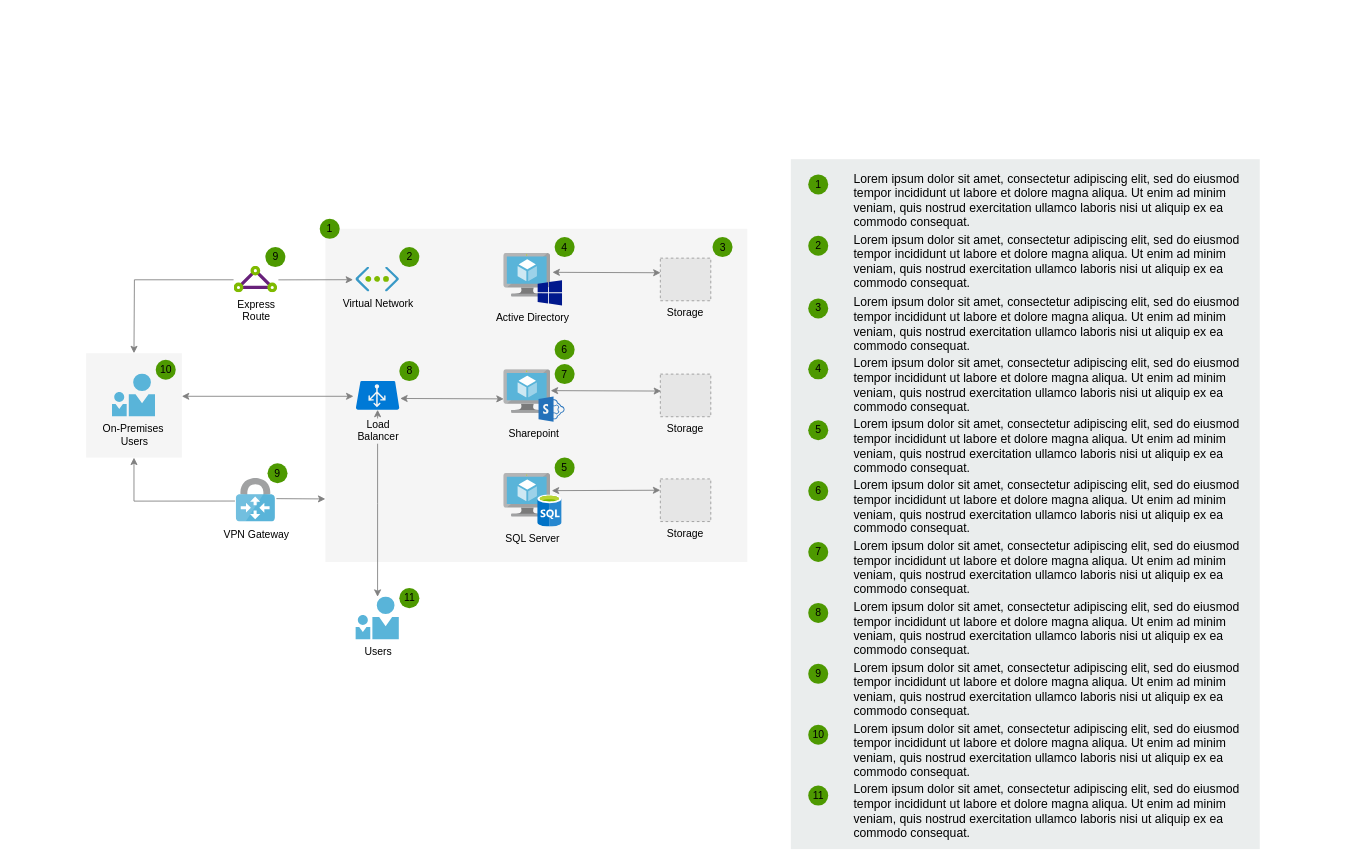
The draw.io diagram Diagrama sem nome.drawio in Droszczak/Droszczak, before the edit. Source tidied: cells renumbered, new cells numbered last; positions are measured from the earlier drawing's top-left corner, leaving out a move shared by most shapes. Both pictures are drawn from the tidied source at 87%, with x=0, y=0 at pixel (86, 158). Pictures stored in the file or linked from it are replaced by grey dashed boxes.
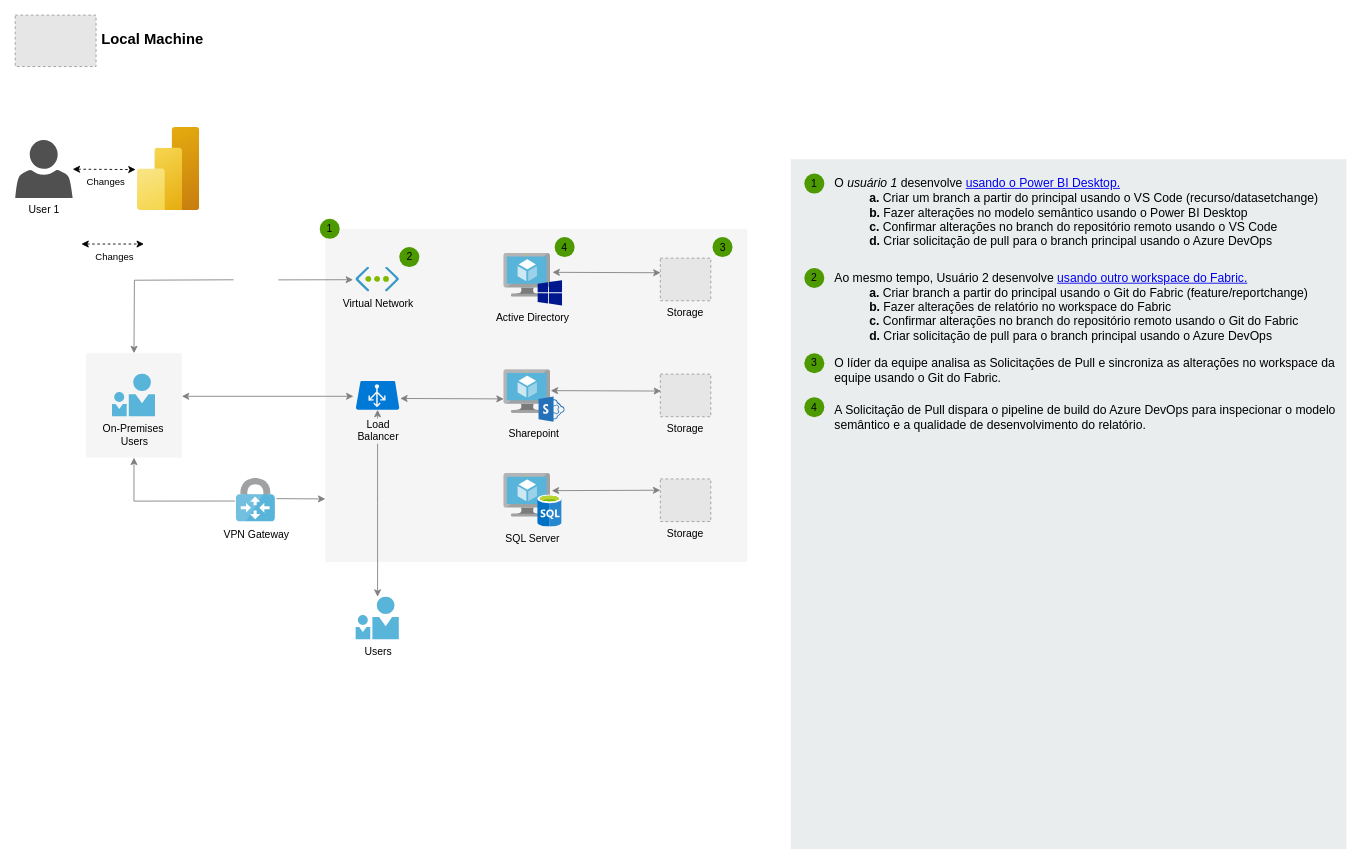
After the change.

Commit message:
Actualizar Diagrama ALLOS Power BI - CI/CD

The change refers to these unchanged cells:
```xml
<mxCell id="16" value="Virtual Network" style="html=1;perimeter=none;align=center;shadow=0;dashed=0;image;fontSize=12;image=img/lib/mscae/Virtual_Network.svg;labelBackgroundColor=none;" parent="1" vertex="1">
  <mxGeometry x="309.5" y="124.5" width="50" height="28.5" as="geometry" />
</mxCell>
```

Diff of the diagram source:
```diff
@@
-    <mxCell id="4" style="edgeStyle=orthogonalEdgeStyle;rounded=0;jettySize=auto;html=1;exitX=-0.011;exitY=0.511;exitDx=0;exitDy=0;exitPerimeter=0;strokeColor=#808080;" parent="1" edge="1" source="15">
+    <mxCell id="4" style="edgeStyle=orthogonalEdgeStyle;rounded=0;orthogonalLoop=1;jettySize=auto;html=1;exitX=-0.011;exitY=0.511;exitDx=0;exitDy=0;exitPerimeter=0;strokeColor=#808080;" parent="1" edge="1">
       <mxGeometry relative="1" as="geometry">
+        <mxPoint x="169" y="139.1" as="sourcePoint" />
         <mxPoint x="54.5" y="223.5" as="targetPoint" />
       </mxGeometry>
     </mxCell>
-    <mxCell id="5" style="edgeStyle=elbowEdgeStyle;rounded=0;jettySize=auto;html=1;entryX=-0.063;entryY=0.491;entryDx=0;entryDy=0;entryPerimeter=0;strokeColor=#808080;elbow=vertical;exitX=1.02;exitY=0.514;exitDx=0;exitDy=0;exitPerimeter=0;" parent="1" edge="1" source="15" target="16">
-      <mxGeometry relative="1" as="geometry" />
+    <mxCell id="5" style="edgeStyle=elbowEdgeStyle;rounded=0;jettySize=auto;html=1;entryX=-0.063;entryY=0.491;entryDx=0;entryDy=0;entryPerimeter=0;strokeColor=#808080;elbow=vertical;exitX=1.02;exitY=0.514;exitDx=0;exitDy=0;exitPerimeter=0;" parent="1" edge="1" target="16">
+      <mxGeometry relative="1" as="geometry">
+        <mxPoint x="220.5" y="139.2" as="sourcePoint" />
+      </mxGeometry>
     </mxCell>
@@
-    <mxCell id="15" value="Express&lt;br&gt;Route" style="html=1;perimeter=none;align=center;shadow=0;dashed=0;image;fontSize=12;image=img/lib/mscae/Express_Route.svg;" parent="1" vertex="1">
-      <mxGeometry x="169.5" y="123.5" width="50" height="30.5" as="geometry" />
-    </mxCell>
@@
-    <mxCell id="32" value="10" style="ellipse;whiteSpace=wrap;html=1;fillColor=#4D9900;strokeColor=none;labelBackgroundColor=none;" parent="1" vertex="1">
-      <mxGeometry x="79.5" y="231" width="23" height="23" as="geometry" />
-    </mxCell>
-    <mxCell id="33" value="9" style="ellipse;whiteSpace=wrap;html=1;fillColor=#4D9900;strokeColor=none;labelBackgroundColor=none;" parent="1" vertex="1">
-      <mxGeometry x="208" y="350" width="23" height="23" as="geometry" />
-    </mxCell>
-    <mxCell id="34" value="9" style="ellipse;whiteSpace=wrap;html=1;fillColor=#4D9900;strokeColor=none;labelBackgroundColor=none;" parent="1" vertex="1">
-      <mxGeometry x="205.5" y="101.5" width="23" height="23" as="geometry" />
-    </mxCell>
@@
-    <mxCell id="39" value="8" style="ellipse;whiteSpace=wrap;html=1;fillColor=#4D9900;strokeColor=none;labelBackgroundColor=none;" parent="1" vertex="1">
-      <mxGeometry x="359.5" y="232.5" width="23" height="23" as="geometry" />
-    </mxCell>
-    <mxCell id="40" value="7" style="ellipse;whiteSpace=wrap;html=1;fillColor=#4D9900;strokeColor=none;labelBackgroundColor=none;" parent="1" vertex="1">
-      <mxGeometry x="538" y="236" width="23" height="23" as="geometry" />
-    </mxCell>
-    <mxCell id="41" value="6" style="ellipse;whiteSpace=wrap;html=1;fillColor=#4D9900;strokeColor=none;labelBackgroundColor=none;" parent="1" vertex="1">
-      <mxGeometry x="538" y="208" width="23" height="23" as="geometry" />
-    </mxCell>
-    <mxCell id="42" value="5" style="ellipse;whiteSpace=wrap;html=1;fillColor=#4D9900;strokeColor=none;labelBackgroundColor=none;" parent="1" vertex="1">
-      <mxGeometry x="538" y="343.5" width="23" height="23" as="geometry" />
-    </mxCell>
-    <mxCell id="43" value="11" style="ellipse;whiteSpace=wrap;html=1;fillColor=#4D9900;strokeColor=none;labelBackgroundColor=none;" parent="1" vertex="1">
-      <mxGeometry x="359.5" y="493.5" width="23" height="23" as="geometry" />
-    </mxCell>
     <mxCell id="44" style="rounded=0;whiteSpace=wrap;html=1;fillColor=#EAEDED;fontSize=22;fontColor=#FFFFFF;strokeColor=none;labelBackgroundColor=none;" parent="1" vertex="1">
-      <mxGeometry x="809.5" y="0.5" width="539" height="793" as="geometry" />
+      <mxGeometry x="809.5" y="0.5" width="638.5" height="793" as="geometry" />
     </mxCell>
-    <mxCell id="45" value="&lt;span&gt;Lorem ipsum dolor sit amet, consectetur adipiscing elit, sed do eiusmod tempor incididunt ut labore et dolore magna aliqua. Ut enim ad minim veniam, quis nostrud exercitation ullamco laboris nisi ut aliquip ex ea commodo consequat.&lt;/span&gt;" style="text;html=1;align=left;verticalAlign=top;spacingTop=-4;fontSize=14;labelBackgroundColor=none;whiteSpace=wrap;" parent="1" vertex="1">
-      <mxGeometry x="879.5" y="11.5" width="449" height="72" as="geometry" />
+    <mxCell id="45" value="O &lt;i&gt;usuário 1&lt;/i&gt; desenvolve &lt;a href=&quot;https://learn.microsoft.com/pt-br/fabric/cicd/git-integration/manage-branches#develop-using-client-tools&quot;&gt;usando o Power BI Desktop.&lt;/a&gt;&lt;blockquote style=&quot;margin: 0 0 0 40px; border: none; padding: 0px;&quot;&gt;&lt;div&gt;&lt;div&gt;&lt;b&gt;a.&lt;/b&gt; Criar um branch a partir do principal usando o VS Code (recurso/datasetchange)&lt;/div&gt;&lt;/div&gt;&lt;div&gt;&lt;div&gt;&lt;b&gt;b.&lt;/b&gt; Fazer alterações no modelo semântico usando o Power BI Desktop&lt;/div&gt;&lt;/div&gt;&lt;div&gt;&lt;div&gt;&lt;b&gt;c.&lt;/b&gt; Confirmar alterações no branch do repositório remoto usando o VS Code&lt;/div&gt;&lt;/div&gt;&lt;div&gt;&lt;div&gt;&lt;b&gt;d.&lt;/b&gt; Criar solicitação de pull para o branch principal usando o Azure DevOps&lt;/div&gt;&lt;/div&gt;&lt;/blockquote&gt;" style="text;html=1;align=left;verticalAlign=top;spacingTop=-4;fontSize=14;labelBackgroundColor=none;whiteSpace=wrap;" parent="1" vertex="1">
+      <mxGeometry x="858" y="17" width="580" height="107" as="geometry" />
     </mxCell>
     <mxCell id="46" value="1" style="ellipse;whiteSpace=wrap;html=1;fillColor=#4D9900;strokeColor=none;labelBackgroundColor=none;" parent="1" vertex="1">
-      <mxGeometry x="829.5" y="18" width="23" height="23" as="geometry" />
+      <mxGeometry x="825" y="17" width="23" height="23" as="geometry" />
     </mxCell>
-    <mxCell id="47" value="&lt;span&gt;Lorem ipsum dolor sit amet, consectetur adipiscing elit, sed do eiusmod tempor incididunt ut labore et dolore magna aliqua. Ut enim ad minim veniam, quis nostrud exercitation ullamco laboris nisi ut aliquip ex ea commodo consequat.&lt;/span&gt;" style="text;html=1;align=left;verticalAlign=top;spacingTop=-4;fontSize=14;labelBackgroundColor=none;whiteSpace=wrap;" parent="1" vertex="1">
-      <mxGeometry x="879.5" y="82" width="449" height="72" as="geometry" />
+    <mxCell id="47" value="Ao mesmo tempo, Usuário 2 desenvolve &lt;a href=&quot;https://learn.microsoft.com/pt-br/fabric/cicd/git-integration/manage-branches#develop-using-another-workspace&quot;&gt;usando outro workspace do Fabric.&lt;/a&gt;&lt;blockquote style=&quot;margin: 0 0 0 40px; border: none; padding: 0px;&quot;&gt;&lt;div&gt;&lt;div&gt;&lt;b&gt;a.&lt;/b&gt; Criar branch a partir do principal usando o Git do Fabric (feature/reportchange)&lt;/div&gt;&lt;/div&gt;&lt;div&gt;&lt;div&gt;&lt;b&gt;b.&lt;/b&gt; Fazer alterações de relatório no workspace do Fabric&lt;/div&gt;&lt;/div&gt;&lt;div&gt;&lt;div&gt;&lt;b&gt;c.&lt;/b&gt; Confirmar alterações no branch do repositório remoto usando o Git do Fabric&lt;/div&gt;&lt;/div&gt;&lt;div&gt;&lt;div&gt;&lt;b&gt;d.&lt;/b&gt; Criar solicitação de pull para o branch principal usando o Azure DevOps&lt;/div&gt;&lt;/div&gt;&lt;/blockquote&gt;" style="text;html=1;align=left;verticalAlign=top;spacingTop=-4;fontSize=14;labelBackgroundColor=none;whiteSpace=wrap;" parent="1" vertex="1">
+      <mxGeometry x="858" y="125.5" width="580" height="98.5" as="geometry" />
     </mxCell>
     <mxCell id="48" value="2" style="ellipse;whiteSpace=wrap;html=1;fillColor=#4D9900;strokeColor=none;labelBackgroundColor=none;" parent="1" vertex="1">
-      <mxGeometry x="829.5" y="88.5" width="23" height="23" as="geometry" />
+      <mxGeometry x="825" y="125.5" width="23" height="23" as="geometry" />
     </mxCell>
-    <mxCell id="49" value="&lt;span&gt;Lorem ipsum dolor sit amet, consectetur adipiscing elit, sed do eiusmod tempor incididunt ut labore et dolore magna aliqua. Ut enim ad minim veniam, quis nostrud exercitation ullamco laboris nisi ut aliquip ex ea commodo consequat.&lt;/span&gt;" style="text;html=1;align=left;verticalAlign=top;spacingTop=-4;fontSize=14;labelBackgroundColor=none;whiteSpace=wrap;" parent="1" vertex="1">
-      <mxGeometry x="879.5" y="154" width="449" height="72" as="geometry" />
+    <mxCell id="49" value="O líder da equipe analisa as Solicitações de Pull e sincroniza as alterações no workspace da equipe usando o Git do Fabric." style="text;html=1;align=left;verticalAlign=top;spacingTop=-4;fontSize=14;labelBackgroundColor=none;whiteSpace=wrap;" parent="1" vertex="1">
+      <mxGeometry x="858" y="223.5" width="580" height="50.5" as="geometry" />
     </mxCell>
     <mxCell id="50" value="3" style="ellipse;whiteSpace=wrap;html=1;fillColor=#4D9900;strokeColor=none;labelBackgroundColor=none;" parent="1" vertex="1">
-      <mxGeometry x="829.5" y="160.5" width="23" height="23" as="geometry" />
+      <mxGeometry x="825" y="223.5" width="23" height="23" as="geometry" />
     </mxCell>
-    <mxCell id="51" value="&lt;span&gt;Lorem ipsum dolor sit amet, consectetur adipiscing elit, sed do eiusmod tempor incididunt ut labore et dolore magna aliqua. Ut enim ad minim veniam, quis nostrud exercitation ullamco laboris nisi ut aliquip ex ea commodo consequat.&lt;/span&gt;" style="text;html=1;align=left;verticalAlign=top;spacingTop=-4;fontSize=14;labelBackgroundColor=none;whiteSpace=wrap;" parent="1" vertex="1">
-      <mxGeometry x="879.5" y="224" width="449" height="72" as="geometry" />
+    <mxCell id="51" value="A Solicitação de Pull dispara o pipeline de build do Azure DevOps para inspecionar o modelo semântico e a qualidade de desenvolvimento do relatório." style="text;html=1;align=left;verticalAlign=top;spacingTop=-4;fontSize=14;labelBackgroundColor=none;whiteSpace=wrap;" parent="1" vertex="1">
+      <mxGeometry x="858" y="278" width="580" height="72" as="geometry" />
     </mxCell>
     <mxCell id="52" value="4" style="ellipse;whiteSpace=wrap;html=1;fillColor=#4D9900;strokeColor=none;labelBackgroundColor=none;" parent="1" vertex="1">
-      <mxGeometry x="829.5" y="230.5" width="23" height="23" as="geometry" />
+      <mxGeometry x="825" y="274" width="23" height="23" as="geometry" />
     </mxCell>
-    <mxCell id="53" value="&lt;span&gt;Lorem ipsum dolor sit amet, consectetur adipiscing elit, sed do eiusmod tempor incididunt ut labore et dolore magna aliqua. Ut enim ad minim veniam, quis nostrud exercitation ullamco laboris nisi ut aliquip ex ea commodo consequat.&lt;/span&gt;" style="text;html=1;align=left;verticalAlign=top;spacingTop=-4;fontSize=14;labelBackgroundColor=none;whiteSpace=wrap;" parent="1" vertex="1">
-      <mxGeometry x="879.5" y="294" width="449" height="72" as="geometry" />
-    </mxCell>
-    <mxCell id="54" value="5" style="ellipse;whiteSpace=wrap;html=1;fillColor=#4D9900;strokeColor=none;labelBackgroundColor=none;" parent="1" vertex="1">
-      <mxGeometry x="829.5" y="300.5" width="23" height="23" as="geometry" />
-    </mxCell>
-    <mxCell id="55" value="&lt;span&gt;Lorem ipsum dolor sit amet, consectetur adipiscing elit, sed do eiusmod tempor incididunt ut labore et dolore magna aliqua. Ut enim ad minim veniam, quis nostrud exercitation ullamco laboris nisi ut aliquip ex ea commodo consequat.&lt;/span&gt;" style="text;html=1;align=left;verticalAlign=top;spacingTop=-4;fontSize=14;labelBackgroundColor=none;whiteSpace=wrap;" parent="1" vertex="1">
-      <mxGeometry x="879.5" y="364" width="449" height="72" as="geometry" />
-    </mxCell>
-    <mxCell id="56" value="6" style="ellipse;whiteSpace=wrap;html=1;fillColor=#4D9900;strokeColor=none;labelBackgroundColor=none;" parent="1" vertex="1">
-      <mxGeometry x="829.5" y="370.5" width="23" height="23" as="geometry" />
-    </mxCell>
-    <mxCell id="57" value="&lt;span&gt;Lorem ipsum dolor sit amet, consectetur adipiscing elit, sed do eiusmod tempor incididunt ut labore et dolore magna aliqua. Ut enim ad minim veniam, quis nostrud exercitation ullamco laboris nisi ut aliquip ex ea commodo consequat.&lt;/span&gt;" style="text;html=1;align=left;verticalAlign=top;spacingTop=-4;fontSize=14;labelBackgroundColor=none;whiteSpace=wrap;" parent="1" vertex="1">
-      <mxGeometry x="879.5" y="434" width="449" height="72" as="geometry" />
-    </mxCell>
-    <mxCell id="58" value="7" style="ellipse;whiteSpace=wrap;html=1;fillColor=#4D9900;strokeColor=none;labelBackgroundColor=none;" parent="1" vertex="1">
-      <mxGeometry x="829.5" y="440.5" width="23" height="23" as="geometry" />
-    </mxCell>
-    <mxCell id="59" value="&lt;span&gt;Lorem ipsum dolor sit amet, consectetur adipiscing elit, sed do eiusmod tempor incididunt ut labore et dolore magna aliqua. Ut enim ad minim veniam, quis nostrud exercitation ullamco laboris nisi ut aliquip ex ea commodo consequat.&lt;/span&gt;" style="text;html=1;align=left;verticalAlign=top;spacingTop=-4;fontSize=14;labelBackgroundColor=none;whiteSpace=wrap;" parent="1" vertex="1">
-      <mxGeometry x="879.5" y="504" width="449" height="72" as="geometry" />
-    </mxCell>
-    <mxCell id="60" value="8" style="ellipse;whiteSpace=wrap;html=1;fillColor=#4D9900;strokeColor=none;labelBackgroundColor=none;" parent="1" vertex="1">
-      <mxGeometry x="829.5" y="510.5" width="23" height="23" as="geometry" />
-    </mxCell>
-    <mxCell id="61" value="&lt;span&gt;Lorem ipsum dolor sit amet, consectetur adipiscing elit, sed do eiusmod tempor incididunt ut labore et dolore magna aliqua. Ut enim ad minim veniam, quis nostrud exercitation ullamco laboris nisi ut aliquip ex ea commodo consequat.&lt;/span&gt;" style="text;html=1;align=left;verticalAlign=top;spacingTop=-4;fontSize=14;labelBackgroundColor=none;whiteSpace=wrap;" parent="1" vertex="1">
-      <mxGeometry x="879.5" y="574" width="449" height="72" as="geometry" />
-    </mxCell>
-    <mxCell id="62" value="9" style="ellipse;whiteSpace=wrap;html=1;fillColor=#4D9900;strokeColor=none;labelBackgroundColor=none;" parent="1" vertex="1">
-      <mxGeometry x="829.5" y="580.5" width="23" height="23" as="geometry" />
-    </mxCell>
-    <mxCell id="63" value="&lt;span&gt;Lorem ipsum dolor sit amet, consectetur adipiscing elit, sed do eiusmod tempor incididunt ut labore et dolore magna aliqua. Ut enim ad minim veniam, quis nostrud exercitation ullamco laboris nisi ut aliquip ex ea commodo consequat.&lt;/span&gt;" style="text;html=1;align=left;verticalAlign=top;spacingTop=-4;fontSize=14;labelBackgroundColor=none;whiteSpace=wrap;" parent="1" vertex="1">
-      <mxGeometry x="879.5" y="644" width="449" height="72" as="geometry" />
-    </mxCell>
-    <mxCell id="64" value="10" style="ellipse;whiteSpace=wrap;html=1;fillColor=#4D9900;strokeColor=none;labelBackgroundColor=none;" parent="1" vertex="1">
-      <mxGeometry x="829.5" y="650.5" width="23" height="23" as="geometry" />
-    </mxCell>
-    <mxCell id="65" value="&lt;span&gt;Lorem ipsum dolor sit amet, consectetur adipiscing elit, sed do eiusmod tempor incididunt ut labore et dolore magna aliqua. Ut enim ad minim veniam, quis nostrud exercitation ullamco laboris nisi ut aliquip ex ea commodo consequat.&lt;/span&gt;" style="text;html=1;align=left;verticalAlign=top;spacingTop=-4;fontSize=14;labelBackgroundColor=none;whiteSpace=wrap;" parent="1" vertex="1">
-      <mxGeometry x="879.5" y="714" width="449" height="72" as="geometry" />
-    </mxCell>
-    <mxCell id="66" value="11" style="ellipse;whiteSpace=wrap;html=1;fillColor=#4D9900;strokeColor=none;labelBackgroundColor=none;" parent="1" vertex="1">
-      <mxGeometry x="829.5" y="720.5" width="23" height="23" as="geometry" />
-    </mxCell>
+    <mxCell id="67" style="image;html=1;points=[];align=center;fontSize=12;image=img/lib/azure2/analytics/Power_BI_Embedded.svg;" parent="1" vertex="1">
+      <mxGeometry x="58.5" y="-36" width="71.6" height="95.5" as="geometry" />
+    </mxCell>
+    <mxCell id="68" value="User 1" style="sketch=0;shadow=0;dashed=0;html=1;strokeColor=none;fillColor=#505050;labelPosition=center;verticalLabelPosition=bottom;verticalAlign=top;outlineConnect=0;align=center;shape=mxgraph.office.users.user;" parent="1" vertex="1">
+      <mxGeometry x="-82" y="-21.5" width="66" height="66.5" as="geometry" />
+    </mxCell>
+    <mxCell id="69" style="endArrow=classic;startArrow=classic;html=1;rounded=0;entryX=-0.029;entryY=0.507;entryDx=0;entryDy=0;entryPerimeter=0;dashed=1;" parent="1" edge="1" source="68" target="67">
+      <mxGeometry relative="1" as="geometry" />
+    </mxCell>
+    <mxCell id="70" value="Changes" style="edgeLabel;html=1;align=center;verticalAlign=middle;" parent="69" vertex="1">
+      <mxGeometry x="0.04" y="-3" relative="1" as="geometry">
+        <mxPoint y="11" as="offset" />
+      </mxGeometry>
+    </mxCell>
+    <mxCell id="71" style="fillColor=#E6E6E6;strokeColor=#999999;dashed=1;verticalLabelPosition=bottom;labelBackgroundColor=#ffffff;verticalAlign=top;" parent="1" vertex="1">
+      <mxGeometry x="-82" y="-165.1" width="92.9" height="59.1" as="geometry" />
+    </mxCell>
+    <mxCell id="72" value="&lt;span style=&quot;text-wrap: nowrap; background-color: rgb(255, 255, 255);&quot;&gt;&lt;b&gt;&lt;font style=&quot;font-size: 17px;&quot;&gt;Local Machine&lt;/font&gt;&lt;/b&gt;&lt;/span&gt;" style="text;html=1;align=center;verticalAlign=middle;whiteSpace=wrap;rounded=0;" parent="1" vertex="1">
+      <mxGeometry x="45.5" y="-150.6" width="60" height="30" as="geometry" />
+    </mxCell>
+    <mxCell id="73" style="endArrow=classic;startArrow=classic;html=1;rounded=0;entryX=-0.029;entryY=0.507;entryDx=0;entryDy=0;entryPerimeter=0;dashed=1;" parent="1" edge="1">
+      <mxGeometry relative="1" as="geometry">
+        <mxPoint x="-6" y="98" as="sourcePoint" />
+        <mxPoint x="66" y="98" as="targetPoint" />
+      </mxGeometry>
+    </mxCell>
+    <mxCell id="74" value="Changes" style="edgeLabel;html=1;align=center;verticalAlign=middle;" parent="73" vertex="1">
+      <mxGeometry x="0.04" y="-3" relative="1" as="geometry">
+        <mxPoint y="11" as="offset" />
+      </mxGeometry>
+    </mxCell>
```
